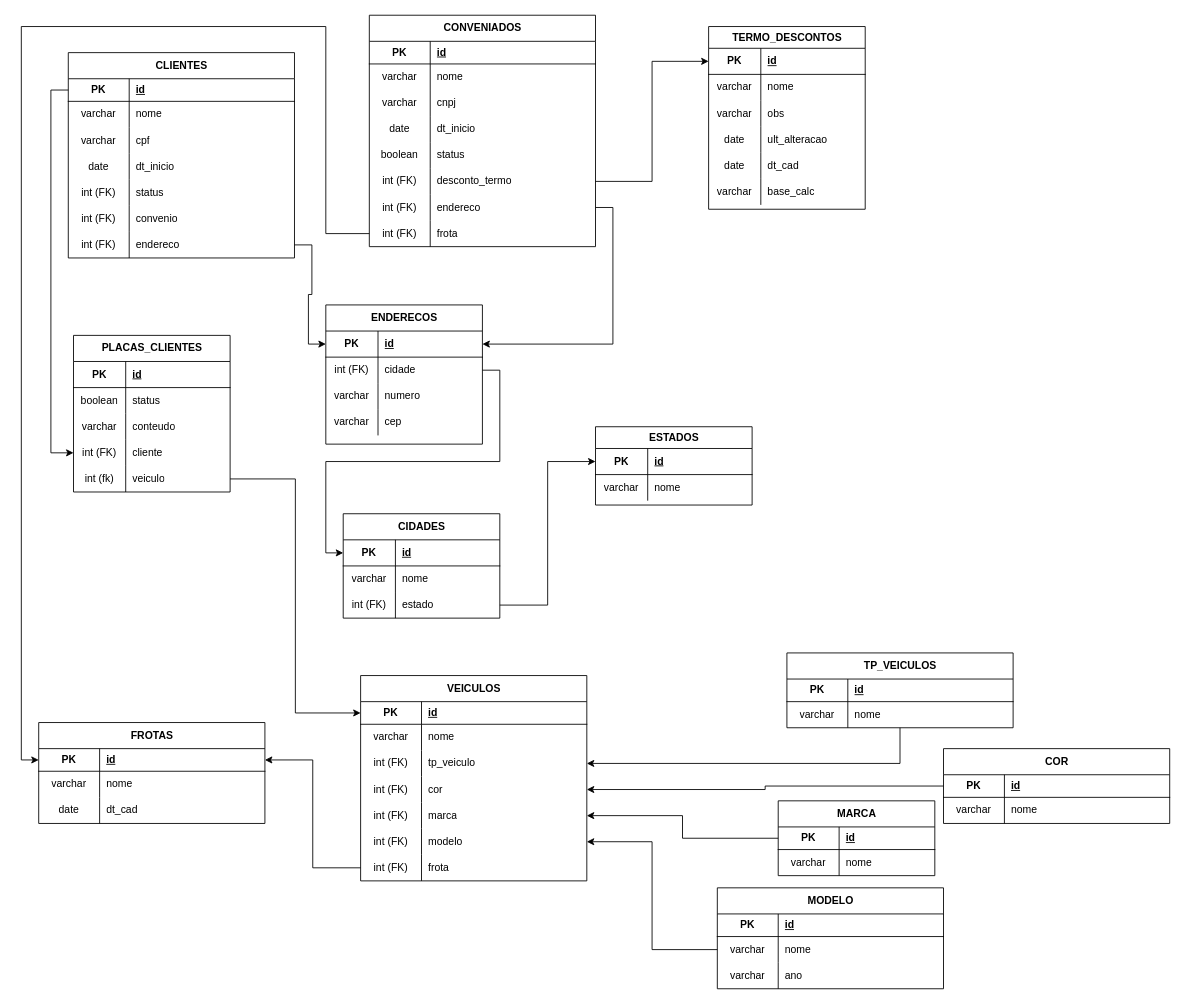
Above: ParkBrusto.drawio in alexandrePNeto-Omega/_DataBase (draw.io), before the change. Source tidied: cells renumbered, new cells numbered last; positions are measured from the earlier drawing's top-left corner, leaving out a move shared by most shapes. Both pictures are drawn from the tidied source at 87%, with x=0, y=0 at pixel (21, 15).
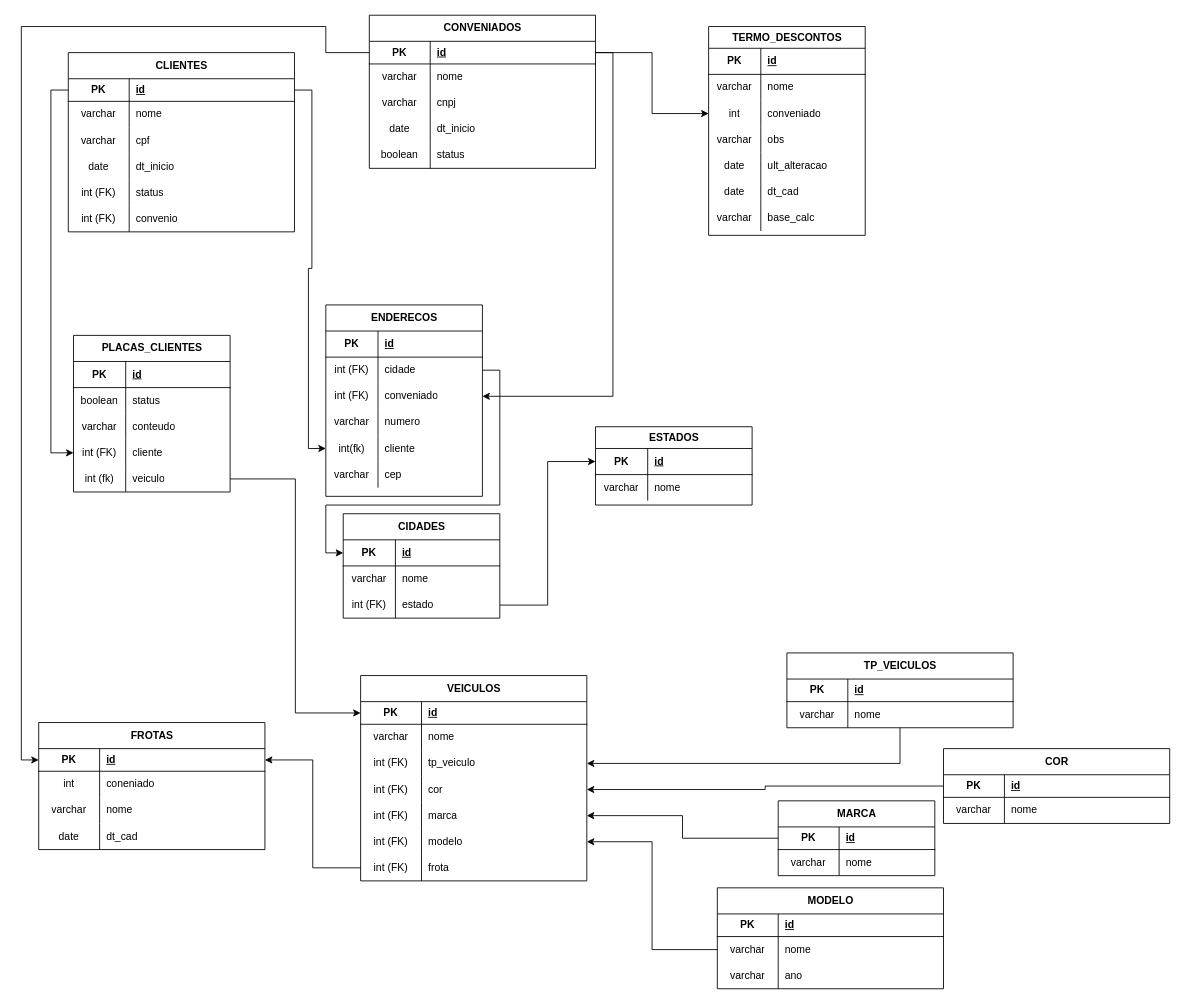
The same diagram, later.

Unchanged cells that the change refers to:
```xml
<mxCell id="3" style="shape=tableRow;horizontal=0;startSize=0;swimlaneHead=0;swimlaneBody=0;fillColor=none;points=[[0,0.5],[1,0.5]];portConstraint=eastwest;top=0;left=0;right=0;bottom=1;strokeColor=default;fontFamily=Helvetica;fontSize=12;fontColor=default;" parent="2" vertex="1">
  <mxGeometry y="30" width="260" height="26" as="geometry" />
</mxCell>
<mxCell id="28" style="shape=tableRow;horizontal=0;startSize=0;swimlaneHead=0;swimlaneBody=0;fillColor=none;points=[[0,0.5],[1,0.5]];portConstraint=eastwest;top=0;left=0;right=0;bottom=1;strokeColor=default;fontFamily=Helvetica;fontSize=12;fontColor=default;" parent="27" vertex="1">
  <mxGeometry y="30" width="260" height="26" as="geometry" />
</mxCell>
<mxCell id="50" style="shape=tableRow;horizontal=0;startSize=0;swimlaneHead=0;swimlaneBody=0;fillColor=none;points=[[0,0.5],[1,0.5]];portConstraint=eastwest;top=0;left=0;right=0;bottom=1;strokeColor=default;fontFamily=Helvetica;fontSize=12;fontColor=default;" parent="49" vertex="1">
  <mxGeometry y="30" width="180" height="30" as="geometry" />
</mxCell>
<mxCell id="53" style="shape=tableRow;horizontal=0;startSize=0;swimlaneHead=0;swimlaneBody=0;fillColor=none;points=[[0,0.5],[1,0.5]];portConstraint=eastwest;top=0;left=0;right=0;bottom=0;strokeColor=default;fontFamily=Helvetica;fontSize=12;fontColor=default;" parent="49" vertex="1">
  <mxGeometry y="60" width="180" height="30" as="geometry" />
</mxCell>
<mxCell id="63" style="shape=tableRow;horizontal=0;startSize=0;swimlaneHead=0;swimlaneBody=0;fillColor=none;points=[[0,0.5],[1,0.5]];portConstraint=eastwest;top=0;left=0;right=0;bottom=1;strokeColor=default;fontFamily=Helvetica;fontSize=12;fontColor=default;" parent="62" vertex="1">
  <mxGeometry y="30" width="180" height="30" as="geometry" />
</mxCell>
<mxCell id="158" style="shape=tableRow;horizontal=0;startSize=0;swimlaneHead=0;swimlaneBody=0;fillColor=none;points=[[0,0.5],[1,0.5]];portConstraint=eastwest;top=0;left=0;right=0;bottom=1;strokeColor=default;fontFamily=Helvetica;fontSize=12;fontColor=default;" parent="157" vertex="1">
  <mxGeometry y="30" width="260" height="26" as="geometry" />
</mxCell>
<mxCell id="171" style="shape=tableRow;horizontal=0;startSize=0;swimlaneHead=0;swimlaneBody=0;fillColor=none;points=[[0,0.5],[1,0.5]];portConstraint=eastwest;top=0;left=0;right=0;bottom=1;strokeColor=default;fontFamily=Helvetica;fontSize=12;fontColor=default;" parent="170" vertex="1">
  <mxGeometry y="25" width="180" height="30" as="geometry" />
</mxCell>
```

What changed in the source:
```diff
@@
+    <mxCell id="190" style="edgeStyle=orthogonalEdgeStyle;rounded=0;jettySize=auto;html=1;exitX=1;exitY=0.5;exitDx=0;exitDy=0;entryX=0;entryY=0.5;entryDx=0;entryDy=0;" parent="1" edge="1" source="28" target="194">
+      <mxGeometry relative="1" as="geometry" />
+    </mxCell>
     <mxCell id="2" value="CONVENIADOS" style="shape=table;startSize=30;childLayout=tableLayout;rowLines=0;fontStyle=1;align=center;html=1;strokeColor=default;fontFamily=Helvetica;fontSize=12;fontColor=default;fillColor=default;" parent="1" vertex="1">
-      <mxGeometry x="400" width="260" height="266" as="geometry" />
+      <mxGeometry x="400" width="260" height="176" as="geometry" />
     </mxCell>
@@
-    <mxCell id="18" style="shape=tableRow;horizontal=0;startSize=0;swimlaneHead=0;swimlaneBody=0;fillColor=none;points=[[0,0.5],[1,0.5]];portConstraint=eastwest;top=0;left=0;right=0;bottom=0;strokeColor=default;fontFamily=Helvetica;fontSize=12;fontColor=default;" parent="2" vertex="1">
-      <mxGeometry y="176" width="260" height="30" as="geometry" />
-    </mxCell>
-    <mxCell id="19" value="int (FK)" style="shape=partialRectangle;fillColor=none;top=0;left=0;bottom=0;right=0;overflow=hidden;whiteSpace=wrap;html=1;strokeColor=default;fontFamily=Helvetica;fontSize=12;fontColor=default;startSize=30;" parent="18" vertex="1">
-      <mxGeometry width="70" height="30" as="geometry" />
-    </mxCell>
-    <mxCell id="20" value="desconto_termo" style="shape=partialRectangle;fillColor=none;top=0;left=0;bottom=0;right=0;align=left;spacingLeft=6;overflow=hidden;whiteSpace=wrap;html=1;strokeColor=default;fontFamily=Helvetica;fontSize=12;fontColor=default;startSize=30;" parent="18" vertex="1">
-      <mxGeometry x="70" width="190" height="30" as="geometry" />
-    </mxCell>
-    <mxCell id="21" style="shape=tableRow;horizontal=0;startSize=0;swimlaneHead=0;swimlaneBody=0;fillColor=none;points=[[0,0.5],[1,0.5]];portConstraint=eastwest;top=0;left=0;right=0;bottom=0;strokeColor=default;fontFamily=Helvetica;fontSize=12;fontColor=default;" parent="2" vertex="1">
-      <mxGeometry y="206" width="260" height="30" as="geometry" />
-    </mxCell>
-    <mxCell id="22" value="int (FK)" style="shape=partialRectangle;fillColor=none;top=0;left=0;bottom=0;right=0;overflow=hidden;whiteSpace=wrap;html=1;strokeColor=default;fontFamily=Helvetica;fontSize=12;fontColor=default;startSize=30;" parent="21" vertex="1">
-      <mxGeometry width="70" height="30" as="geometry" />
-    </mxCell>
-    <mxCell id="23" value="endereco" style="shape=partialRectangle;fillColor=none;top=0;left=0;bottom=0;right=0;align=left;spacingLeft=6;overflow=hidden;whiteSpace=wrap;html=1;strokeColor=default;fontFamily=Helvetica;fontSize=12;fontColor=default;startSize=30;" parent="21" vertex="1">
-      <mxGeometry x="70" width="190" height="30" as="geometry" />
-    </mxCell>
-    <mxCell id="24" style="shape=tableRow;horizontal=0;startSize=0;swimlaneHead=0;swimlaneBody=0;fillColor=none;points=[[0,0.5],[1,0.5]];portConstraint=eastwest;top=0;left=0;right=0;bottom=0;strokeColor=default;fontFamily=Helvetica;fontSize=12;fontColor=default;" parent="2" vertex="1">
-      <mxGeometry y="236" width="260" height="30" as="geometry" />
-    </mxCell>
-    <mxCell id="25" value="int (FK)" style="shape=partialRectangle;fillColor=none;top=0;left=0;bottom=0;right=0;overflow=hidden;whiteSpace=wrap;html=1;strokeColor=default;fontFamily=Helvetica;fontSize=12;fontColor=default;startSize=30;" parent="24" vertex="1">
-      <mxGeometry width="70" height="30" as="geometry" />
-    </mxCell>
-    <mxCell id="26" value="frota" style="shape=partialRectangle;fillColor=none;top=0;left=0;bottom=0;right=0;align=left;spacingLeft=6;overflow=hidden;whiteSpace=wrap;html=1;strokeColor=default;fontFamily=Helvetica;fontSize=12;fontColor=default;startSize=30;" parent="24" vertex="1">
-      <mxGeometry x="70" width="190" height="30" as="geometry" />
-    </mxCell>
     <mxCell id="27" value="CLIENTES" style="shape=table;startSize=30;childLayout=tableLayout;rowLines=0;fontStyle=1;align=center;html=1;strokeColor=default;fontFamily=Helvetica;fontSize=12;fontColor=default;fillColor=default;" parent="1" vertex="1">
-      <mxGeometry x="54" y="43" width="260" height="236" as="geometry" />
+      <mxGeometry x="54" y="43" width="260" height="206" as="geometry" />
     </mxCell>
@@
-    <mxCell id="46" style="shape=tableRow;horizontal=0;startSize=0;swimlaneHead=0;swimlaneBody=0;fillColor=none;points=[[0,0.5],[1,0.5]];portConstraint=eastwest;top=0;left=0;right=0;bottom=0;strokeColor=default;fontFamily=Helvetica;fontSize=12;fontColor=default;" parent="27" vertex="1">
-      <mxGeometry y="206" width="260" height="30" as="geometry" />
-    </mxCell>
-    <mxCell id="47" value="int (FK)" style="shape=partialRectangle;fillColor=none;top=0;left=0;bottom=0;right=0;overflow=hidden;whiteSpace=wrap;html=1;strokeColor=default;fontFamily=Helvetica;fontSize=12;fontColor=default;startSize=30;" parent="46" vertex="1">
-      <mxGeometry width="70" height="30" as="geometry" />
-    </mxCell>
-    <mxCell id="48" value="endereco" style="shape=partialRectangle;fillColor=none;top=0;left=0;bottom=0;right=0;align=left;spacingLeft=6;overflow=hidden;whiteSpace=wrap;html=1;strokeColor=default;fontFamily=Helvetica;fontSize=12;fontColor=default;startSize=30;" parent="46" vertex="1">
-      <mxGeometry x="70" width="190" height="30" as="geometry" />
-    </mxCell>
     <mxCell id="49" value="ENDERECOS" style="shape=table;startSize=30;childLayout=tableLayout;rowLines=0;fontStyle=1;align=center;html=1;strokeColor=default;fontFamily=Helvetica;fontSize=12;fontColor=default;fillColor=default;" parent="1" vertex="1">
-      <mxGeometry x="350" y="333" width="180" height="160" as="geometry" />
+      <mxGeometry x="350" y="333" width="180" height="220" as="geometry" />
     </mxCell>
@@
+    <mxCell id="191" style="shape=tableRow;horizontal=0;startSize=0;swimlaneHead=0;swimlaneBody=0;fillColor=none;points=[[0,0.5],[1,0.5]];portConstraint=eastwest;top=0;left=0;right=0;bottom=0;strokeColor=default;fontFamily=Helvetica;fontSize=12;fontColor=default;" parent="49" vertex="1">
+      <mxGeometry y="90" width="180" height="30" as="geometry" />
+    </mxCell>
+    <mxCell id="192" value="int (FK)" style="shape=partialRectangle;fillColor=none;top=0;left=0;bottom=0;right=0;overflow=hidden;whiteSpace=wrap;html=1;strokeColor=default;fontFamily=Helvetica;fontSize=12;fontColor=default;startSize=30;" parent="191" vertex="1">
+      <mxGeometry width="60" height="30" as="geometry" />
+    </mxCell>
+    <mxCell id="193" value="conveniado" style="shape=partialRectangle;fillColor=none;top=0;left=0;bottom=0;right=0;align=left;spacingLeft=6;overflow=hidden;whiteSpace=wrap;html=1;strokeColor=default;fontFamily=Helvetica;fontSize=12;fontColor=default;startSize=30;" parent="191" vertex="1">
+      <mxGeometry x="60" width="120" height="30" as="geometry" />
+    </mxCell>
     <mxCell id="56" style="shape=tableRow;horizontal=0;startSize=0;swimlaneHead=0;swimlaneBody=0;fillColor=none;top=0;left=0;right=0;bottom=0;strokeColor=default;fontFamily=Helvetica;fontSize=12;fontColor=default;" parent="49" vertex="1">
-      <mxGeometry y="90" width="180" height="30" as="geometry" />
+      <mxGeometry y="120" width="180" height="30" as="geometry" />
     </mxCell>
@@
+    <mxCell id="194" style="shape=tableRow;horizontal=0;startSize=0;swimlaneHead=0;swimlaneBody=0;fillColor=none;points=[[0,0.5],[1,0.5]];portConstraint=eastwest;top=0;left=0;right=0;bottom=0;strokeColor=default;fontFamily=Helvetica;fontSize=12;fontColor=default;" parent="49" vertex="1">
+      <mxGeometry y="150" width="180" height="30" as="geometry" />
+    </mxCell>
+    <mxCell id="195" value="int(fk)" style="shape=partialRectangle;fillColor=none;top=0;left=0;bottom=0;right=0;overflow=hidden;whiteSpace=wrap;html=1;strokeColor=default;fontFamily=Helvetica;fontSize=12;fontColor=default;startSize=30;" parent="194" vertex="1">
+      <mxGeometry width="60" height="30" as="geometry" />
+    </mxCell>
+    <mxCell id="196" value="cliente" style="shape=partialRectangle;fillColor=none;top=0;left=0;bottom=0;right=0;align=left;spacingLeft=6;overflow=hidden;whiteSpace=wrap;html=1;strokeColor=default;fontFamily=Helvetica;fontSize=12;fontColor=default;startSize=30;" parent="194" vertex="1">
+      <mxGeometry x="60" width="120" height="30" as="geometry" />
+    </mxCell>
     <mxCell id="59" style="shape=tableRow;horizontal=0;startSize=0;swimlaneHead=0;swimlaneBody=0;fillColor=none;top=0;left=0;right=0;bottom=0;strokeColor=default;fontFamily=Helvetica;fontSize=12;fontColor=default;" parent="49" vertex="1">
-      <mxGeometry y="120" width="180" height="30" as="geometry" />
+      <mxGeometry y="180" width="180" height="30" as="geometry" />
     </mxCell>
@@
-    <mxCell id="153" style="edgeStyle=orthogonalEdgeStyle;rounded=0;jettySize=auto;html=1;entryX=0;entryY=0.5;entryDx=0;entryDy=0;fontFamily=Helvetica;fontSize=12;fontColor=default;startSize=30;" parent="1" edge="1" source="46" target="50">
-      <mxGeometry relative="1" as="geometry" />
-    </mxCell>
     <mxCell id="154" style="edgeStyle=orthogonalEdgeStyle;rounded=0;jettySize=auto;html=1;exitX=1;exitY=0.5;exitDx=0;exitDy=0;fontFamily=Helvetica;fontSize=12;fontColor=default;startSize=30;" parent="1" edge="1" source="53" target="63">
-      <mxGeometry relative="1" as="geometry" />
+      <mxGeometry relative="1" as="geometry">
+        <Array as="points">
+          <mxPoint x="550" y="408" />
+          <mxPoint x="550" y="563" />
+          <mxPoint x="350" y="563" />
+          <mxPoint x="350" y="618" />
+        </Array>
+      </mxGeometry>
     </mxCell>
@@
-    <mxCell id="156" style="edgeStyle=orthogonalEdgeStyle;rounded=0;jettySize=auto;html=1;exitX=1;exitY=0.5;exitDx=0;exitDy=0;entryX=1;entryY=0.5;entryDx=0;entryDy=0;" parent="1" edge="1" source="21" target="50">
+    <mxCell id="156" style="edgeStyle=orthogonalEdgeStyle;rounded=0;jettySize=auto;html=1;exitX=1;exitY=0.5;exitDx=0;exitDy=0;" parent="1" edge="1" source="3" target="191">
       <mxGeometry relative="1" as="geometry" />
     </mxCell>
     <mxCell id="157" value="FROTAS" style="shape=table;startSize=30;childLayout=tableLayout;rowLines=0;fontStyle=1;align=center;html=1;strokeColor=default;fontFamily=Helvetica;fontSize=12;fontColor=default;fillColor=default;" parent="1" vertex="1">
-      <mxGeometry x="20" y="813" width="260" height="116" as="geometry" />
+      <mxGeometry x="20" y="813" width="260" height="146" as="geometry" />
     </mxCell>
@@
+    <mxCell id="197" style="shape=tableRow;horizontal=0;startSize=0;swimlaneHead=0;swimlaneBody=0;fillColor=none;top=0;left=0;right=0;bottom=0;strokeColor=default;fontFamily=Helvetica;fontSize=12;fontColor=default;" parent="157" vertex="1">
+      <mxGeometry y="56" width="260" height="30" as="geometry" />
+    </mxCell>
+    <mxCell id="198" value="int" style="shape=partialRectangle;fillColor=none;top=0;left=0;bottom=0;right=0;overflow=hidden;whiteSpace=wrap;html=1;strokeColor=default;fontFamily=Helvetica;fontSize=12;fontColor=default;startSize=30;" parent="197" vertex="1">
+      <mxGeometry width="70" height="30" as="geometry" />
+    </mxCell>
+    <mxCell id="199" value="coneniado" style="shape=partialRectangle;fillColor=none;top=0;left=0;bottom=0;right=0;align=left;spacingLeft=6;overflow=hidden;whiteSpace=wrap;html=1;strokeColor=default;fontFamily=Helvetica;fontSize=12;fontColor=default;startSize=30;" parent="197" vertex="1">
+      <mxGeometry x="70" width="190" height="30" as="geometry" />
+    </mxCell>
     <mxCell id="161" style="shape=tableRow;horizontal=0;startSize=0;swimlaneHead=0;swimlaneBody=0;fillColor=none;top=0;left=0;right=0;bottom=0;strokeColor=default;fontFamily=Helvetica;fontSize=12;fontColor=default;" parent="157" vertex="1">
-      <mxGeometry y="56" width="260" height="30" as="geometry" />
+      <mxGeometry y="86" width="260" height="30" as="geometry" />
     </mxCell>
@@
     <mxCell id="164" style="shape=tableRow;horizontal=0;startSize=0;swimlaneHead=0;swimlaneBody=0;fillColor=none;top=0;left=0;right=0;bottom=0;strokeColor=default;fontFamily=Helvetica;fontSize=12;fontColor=default;" parent="157" vertex="1">
-      <mxGeometry y="86" width="260" height="30" as="geometry" />
+      <mxGeometry y="116" width="260" height="30" as="geometry" />
     </mxCell>
@@
-    <mxCell id="167" style="edgeStyle=orthogonalEdgeStyle;rounded=0;jettySize=auto;html=1;exitX=0;exitY=0.5;exitDx=0;exitDy=0;entryX=0;entryY=0.5;entryDx=0;entryDy=0;" parent="1" edge="1" source="24" target="158">
+    <mxCell id="167" style="edgeStyle=orthogonalEdgeStyle;rounded=0;jettySize=auto;html=1;exitX=0;exitY=0.5;exitDx=0;exitDy=0;entryX=0;entryY=0.5;entryDx=0;entryDy=0;" parent="1" edge="1" source="3" target="158">
       <mxGeometry relative="1" as="geometry">
         <Array as="points">
-          <mxPoint x="350" y="251" />
+          <mxPoint x="350" y="43" />
           <mxPoint x="350" y="13" />
           <mxPoint y="13" />
           <mxPoint y="856" />
         </Array>
       </mxGeometry>
     </mxCell>
@@
     <mxCell id="170" value="TERMO_DESCONTOS" style="shape=table;startSize=25;childLayout=tableLayout;rowLines=0;fontStyle=1;align=center;html=1;strokeColor=default;fontFamily=Helvetica;fontSize=12;fontColor=default;fillColor=default;" parent="1" vertex="1">
-      <mxGeometry x="790" y="13" width="180" height="210" as="geometry" />
+      <mxGeometry x="790" y="13" width="180" height="240" as="geometry" />
     </mxCell>
@@
+    <mxCell id="200" style="shape=tableRow;horizontal=0;startSize=0;swimlaneHead=0;swimlaneBody=0;fillColor=none;points=[[0,0.5],[1,0.5]];portConstraint=eastwest;top=0;left=0;right=0;bottom=0;strokeColor=default;fontFamily=Helvetica;fontSize=12;fontColor=default;" parent="170" vertex="1">
+      <mxGeometry y="85" width="180" height="30" as="geometry" />
+    </mxCell>
+    <mxCell id="201" value="int" style="shape=partialRectangle;fillColor=none;top=0;left=0;bottom=0;right=0;overflow=hidden;whiteSpace=wrap;html=1;strokeColor=default;fontFamily=Helvetica;fontSize=12;fontColor=default;startSize=30;" parent="200" vertex="1">
+      <mxGeometry width="60" height="30" as="geometry" />
+    </mxCell>
+    <mxCell id="202" value="conveniado" style="shape=partialRectangle;fillColor=none;top=0;left=0;bottom=0;right=0;align=left;spacingLeft=6;overflow=hidden;whiteSpace=wrap;html=1;strokeColor=default;fontFamily=Helvetica;fontSize=12;fontColor=default;startSize=30;" parent="200" vertex="1">
+      <mxGeometry x="60" width="120" height="30" as="geometry" />
+    </mxCell>
     <mxCell id="177" style="shape=tableRow;horizontal=0;startSize=0;swimlaneHead=0;swimlaneBody=0;fillColor=none;top=0;left=0;right=0;bottom=0;strokeColor=default;fontFamily=Helvetica;fontSize=12;fontColor=default;" parent="170" vertex="1">
-      <mxGeometry y="85" width="180" height="30" as="geometry" />
+      <mxGeometry y="115" width="180" height="30" as="geometry" />
     </mxCell>
@@
     <mxCell id="180" style="shape=tableRow;horizontal=0;startSize=0;swimlaneHead=0;swimlaneBody=0;fillColor=none;top=0;left=0;right=0;bottom=0;strokeColor=default;fontFamily=Helvetica;fontSize=12;fontColor=default;" parent="170" vertex="1">
-      <mxGeometry y="115" width="180" height="30" as="geometry" />
+      <mxGeometry y="145" width="180" height="30" as="geometry" />
     </mxCell>
@@
     <mxCell id="183" style="shape=tableRow;horizontal=0;startSize=0;swimlaneHead=0;swimlaneBody=0;fillColor=none;top=0;left=0;right=0;bottom=0;strokeColor=default;fontFamily=Helvetica;fontSize=12;fontColor=default;" parent="170" vertex="1">
-      <mxGeometry y="145" width="180" height="30" as="geometry" />
+      <mxGeometry y="175" width="180" height="30" as="geometry" />
     </mxCell>
@@
     <mxCell id="186" style="shape=tableRow;horizontal=0;startSize=0;swimlaneHead=0;swimlaneBody=0;fillColor=none;top=0;left=0;right=0;bottom=0;strokeColor=default;fontFamily=Helvetica;fontSize=12;fontColor=default;" parent="170" vertex="1">
-      <mxGeometry y="175" width="180" height="30" as="geometry" />
+      <mxGeometry y="205" width="180" height="30" as="geometry" />
     </mxCell>
@@
-    <mxCell id="189" style="edgeStyle=orthogonalEdgeStyle;rounded=0;jettySize=auto;html=1;exitX=1;exitY=0.5;exitDx=0;exitDy=0;entryX=0;entryY=0.5;entryDx=0;entryDy=0;" parent="1" edge="1" source="18" target="171">
+    <mxCell id="189" style="edgeStyle=orthogonalEdgeStyle;rounded=0;jettySize=auto;html=1;exitX=1;exitY=0.5;exitDx=0;exitDy=0;" parent="1" edge="1" source="3" target="200">
       <mxGeometry relative="1" as="geometry" />
     </mxCell>
```
